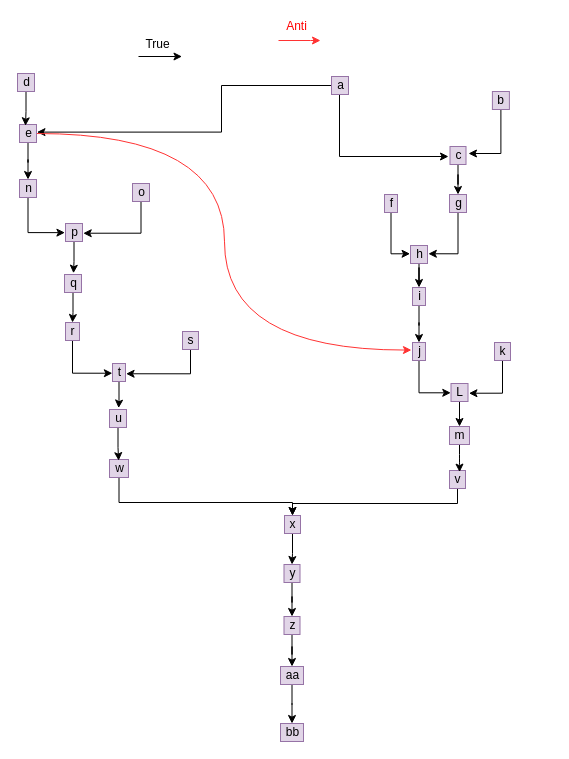
Before: Untitled Diagram.drawio in reaganmcf/diagrams-repo, a draw.io diagram. Source tidied: cells renumbered, new cells numbered last; positions are measured from the earlier drawing's top-left corner, leaving out a move shared by most shapes. Both pictures are drawn from the tidied source at 100%, with x=0, y=0 at pixel (17, 17).
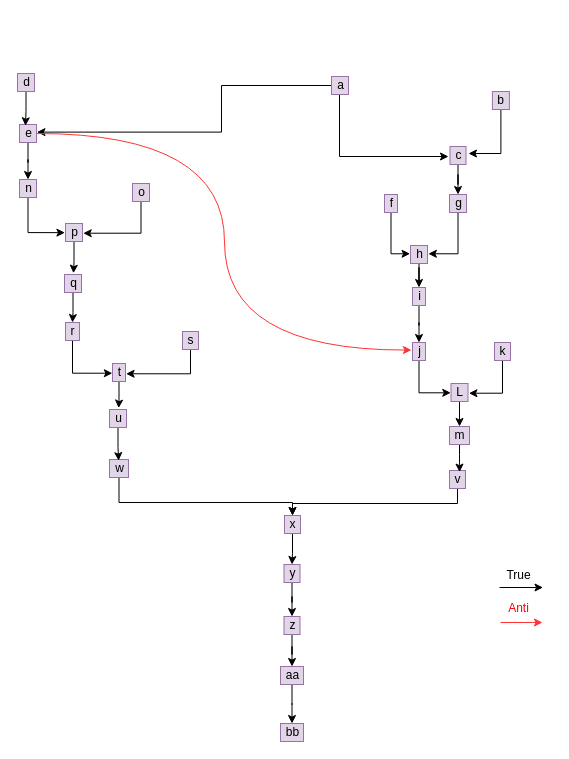
The same page after the edit.

The edit, as a diff of the source:
```diff
@@
     <mxCell id="59" style="group;" parent="1" vertex="1">
-      <mxGeometry x="121" y="18" width="43.5" height="21" as="geometry" />
+      <mxGeometry x="482" y="549" width="43.5" height="21" as="geometry" />
     </mxCell>
@@
+    <mxCell id="64" style="group;" parent="1" vertex="1">
+      <mxGeometry x="485" y="582" width="31" height="23" as="geometry" />
+    </mxCell>
-    <mxCell id="62" style="edgeStyle=orthogonalEdgeStyle;rounded=0;orthogonalLoop=1;jettySize=auto;html=1;fontColor=#FF0000;strokeColor=#FF3333;" parent="1" edge="1">
+    <mxCell id="62" style="edgeStyle=orthogonalEdgeStyle;rounded=0;orthogonalLoop=1;jettySize=auto;html=1;fontColor=#FF0000;strokeColor=#FF3333;" parent="64" edge="1">
       <mxGeometry relative="1" as="geometry">
-        <mxPoint x="261" y="23" as="sourcePoint" />
-        <mxPoint x="303" y="23" as="targetPoint" />
+        <mxPoint x="-2" y="23" as="sourcePoint" />
+        <mxPoint x="40" y="23" as="targetPoint" />
         <Array as="points">
-          <mxPoint x="293" y="23" />
+          <mxPoint x="30" y="23" />
         </Array>
       </mxGeometry>
     </mxCell>
-    <mxCell id="63" value="Anti" style="text;html=1;align=center;verticalAlign=middle;strokeColor=none;fillColor=none;fontColor=#FF0000;" parent="1" vertex="1">
-      <mxGeometry x="263" width="31" height="18" as="geometry" />
+    <mxCell id="63" value="Anti" style="text;html=1;align=center;verticalAlign=middle;strokeColor=none;fillColor=none;fontColor=#FF0000;" parent="64" vertex="1">
+      <mxGeometry width="31" height="18" as="geometry" />
     </mxCell>
```
